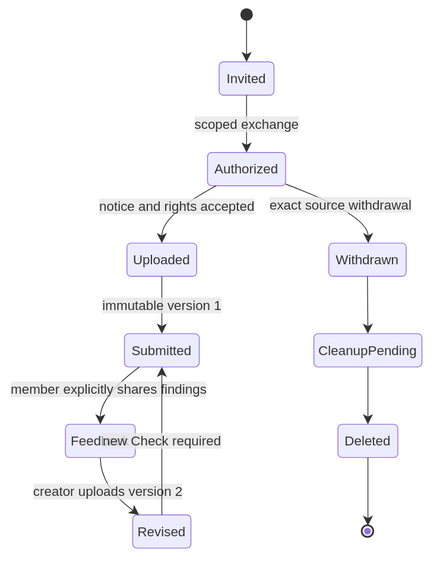
Earlier version of the draw.io export docs/diagrams/05-creator-revision.drawio.svg (Alivestars24/Vouch). Source tidied: cells renumbered, new cells last; positions are measured from the earlier drawing's top-left corner, leaving out a move shared by most shapes. Source of this version:
```xml
<mxGraphModel>
  <root>
    <mxCell id="0" />
    <mxCell id="1" parent="0" />
    <mxCell id="2" style="ellipse;html=1;fillColor=light-dark(#333333,#cccccc);strokeColor=light-dark(#333333,#cccccc);fontColor=light-dark(#333333,#cccccc);fontFamily=Trebuchet MS,Verdana,Arial,sans-serif;fontSize=16;" parent="1" vertex="1">
      <mxGeometry x="211" width="14" height="14" as="geometry" />
    </mxCell>
    <mxCell id="3" value="Invited" style="rounded=1;absoluteArcSize=1;arcSize=10;html=1;whiteSpace=wrap;strokeWidth=1;fillColor=light-dark(#ECECFF,#1f2020);strokeColor=light-dark(#9370DB,#cccccc);fontColor=light-dark(#333333,#cccccc);fontFamily=Trebuchet MS,Verdana,Arial,sans-serif;fontSize=16;" parent="1" vertex="1">
      <mxGeometry x="185" y="64" width="66" height="40" as="geometry" />
    </mxCell>
    <mxCell id="4" value="Authorized" style="rounded=1;absoluteArcSize=1;arcSize=10;html=1;whiteSpace=wrap;strokeWidth=1;fillColor=light-dark(#ECECFF,#1f2020);strokeColor=light-dark(#9370DB,#cccccc);fontColor=light-dark(#333333,#cccccc);fontFamily=Trebuchet MS,Verdana,Arial,sans-serif;fontSize=16;" parent="1" vertex="1">
      <mxGeometry x="171" y="173" width="94" height="40" as="geometry" />
    </mxCell>
    <mxCell id="5" value="Uploaded" style="rounded=1;absoluteArcSize=1;arcSize=10;html=1;whiteSpace=wrap;strokeWidth=1;fillColor=light-dark(#ECECFF,#1f2020);strokeColor=light-dark(#9370DB,#cccccc);fontColor=light-dark(#333333,#cccccc);fontFamily=Trebuchet MS,Verdana,Arial,sans-serif;fontSize=16;" parent="1" vertex="1">
      <mxGeometry x="74" y="282" width="84" height="40" as="geometry" />
    </mxCell>
    <mxCell id="6" value="Submitted" style="rounded=1;absoluteArcSize=1;arcSize=10;html=1;whiteSpace=wrap;strokeWidth=1;fillColor=light-dark(#ECECFF,#1f2020);strokeColor=light-dark(#9370DB,#cccccc);fontColor=light-dark(#333333,#cccccc);fontFamily=Trebuchet MS,Verdana,Arial,sans-serif;fontSize=16;" parent="1" vertex="1">
      <mxGeometry x="71" y="391" width="90" height="40" as="geometry" />
    </mxCell>
    <mxCell id="7" value="Feedback" style="rounded=1;absoluteArcSize=1;arcSize=10;html=1;whiteSpace=wrap;strokeWidth=1;fillColor=light-dark(#ECECFF,#1f2020);strokeColor=light-dark(#9370DB,#cccccc);fontColor=light-dark(#333333,#cccccc);fontFamily=Trebuchet MS,Verdana,Arial,sans-serif;fontSize=16;" parent="1" vertex="1">
      <mxGeometry y="500" width="84" height="40" as="geometry" />
    </mxCell>
    <mxCell id="8" value="Revised" style="rounded=1;absoluteArcSize=1;arcSize=10;html=1;whiteSpace=wrap;strokeWidth=1;fillColor=light-dark(#ECECFF,#1f2020);strokeColor=light-dark(#9370DB,#cccccc);fontColor=light-dark(#333333,#cccccc);fontFamily=Trebuchet MS,Verdana,Arial,sans-serif;fontSize=16;" parent="1" vertex="1">
      <mxGeometry x="81" y="609" width="70" height="40" as="geometry" />
    </mxCell>
    <mxCell id="9" value="Withdrawn" style="rounded=1;absoluteArcSize=1;arcSize=10;html=1;whiteSpace=wrap;strokeWidth=1;fillColor=light-dark(#ECECFF,#1f2020);strokeColor=light-dark(#9370DB,#cccccc);fontColor=light-dark(#333333,#cccccc);fontFamily=Trebuchet MS,Verdana,Arial,sans-serif;fontSize=16;" parent="1" vertex="1">
      <mxGeometry x="317" y="282" width="93" height="40" as="geometry" />
    </mxCell>
    <mxCell id="10" value="CleanupPending" style="rounded=1;absoluteArcSize=1;arcSize=10;html=1;whiteSpace=wrap;strokeWidth=1;fillColor=light-dark(#ECECFF,#1f2020);strokeColor=light-dark(#9370DB,#cccccc);fontColor=light-dark(#333333,#cccccc);fontFamily=Trebuchet MS,Verdana,Arial,sans-serif;fontSize=16;" parent="1" vertex="1">
      <mxGeometry x="299" y="391" width="130" height="40" as="geometry" />
    </mxCell>
    <mxCell id="11" value="Deleted" style="rounded=1;absoluteArcSize=1;arcSize=10;html=1;whiteSpace=wrap;strokeWidth=1;fillColor=light-dark(#ECECFF,#1f2020);strokeColor=light-dark(#9370DB,#cccccc);fontColor=light-dark(#333333,#cccccc);fontFamily=Trebuchet MS,Verdana,Arial,sans-serif;fontSize=16;" parent="1" vertex="1">
      <mxGeometry x="328" y="500" width="72" height="40" as="geometry" />
    </mxCell>
    <mxCell id="12" style="ellipse;html=1;fillColor=light-dark(#ECECFF,#1f2020);strokeColor=light-dark(#333333,#cccccc);strokeWidth=2;centerRadius=4;centerColor=light-dark(#9370DB,#cccccc);fontColor=light-dark(#333333,#cccccc);fontFamily=Trebuchet MS,Verdana,Arial,sans-serif;fontSize=16;" parent="1" vertex="1">
      <mxGeometry x="357" y="622" width="14" height="14" as="geometry" />
    </mxCell>
    <mxCell id="13" style="curved=1;startArrow=none;endArrow=classic;endSize=9;fillColor=none;strokeColor=light-dark(#333333,#cccccc);exitX=0.5;exitY=1;entryX=0.5;entryY=0;" parent="1" edge="1" source="2" target="3">
      <mxGeometry relative="1" as="geometry" />
    </mxCell>
    <mxCell id="14" value="scoped exchange" style="curved=1;startArrow=none;endArrow=classic;endSize=9;fillColor=none;strokeColor=light-dark(#333333,#cccccc);html=1;fontSize=16;labelBackgroundColor=#E8E8E88D;fontFamily=Trebuchet MS,Verdana,Arial,sans-serif;fontColor=light-dark(#333333,#cccccc);exitX=0.5;exitY=1;entryX=0.5;entryY=0;" parent="1" edge="1" source="3" target="4">
      <mxGeometry relative="1" as="geometry" />
    </mxCell>
    <mxCell id="15" value="notice and rights accepted" style="curved=1;startArrow=none;endArrow=classic;endSize=9;fillColor=none;strokeColor=light-dark(#333333,#cccccc);html=1;fontSize=16;labelBackgroundColor=#E8E8E88D;fontFamily=Trebuchet MS,Verdana,Arial,sans-serif;fontColor=light-dark(#333333,#cccccc);exitX=0.11;exitY=1;entryX=0.5;entryY=0;" parent="1" edge="1" source="4" target="5">
      <mxGeometry relative="1" as="geometry">
        <Array as="points">
          <mxPoint x="116" y="248" />
        </Array>
      </mxGeometry>
    </mxCell>
    <mxCell id="16" value="immutable version 1" style="curved=1;startArrow=none;endArrow=classic;endSize=9;fillColor=none;strokeColor=light-dark(#333333,#cccccc);html=1;fontSize=16;labelBackgroundColor=#E8E8E88D;fontFamily=Trebuchet MS,Verdana,Arial,sans-serif;fontColor=light-dark(#333333,#cccccc);exitX=0.5;exitY=1;entryX=0.5;entryY=0;" parent="1" edge="1" source="5" target="6">
      <mxGeometry relative="1" as="geometry" />
    </mxCell>
    <mxCell id="17" value="member explicitly shares findings" style="curved=1;startArrow=none;endArrow=classic;endSize=9;fillColor=none;strokeColor=light-dark(#333333,#cccccc);html=1;fontSize=16;labelBackgroundColor=#E8E8E88D;fontFamily=Trebuchet MS,Verdana,Arial,sans-serif;fontColor=light-dark(#333333,#cccccc);exitX=0.2;exitY=1;entryX=0.5;entryY=0;" parent="1" edge="1" source="6" target="7">
      <mxGeometry relative="1" as="geometry">
        <Array as="points">
          <mxPoint x="42" y="466" />
        </Array>
      </mxGeometry>
    </mxCell>
    <mxCell id="18" value="creator uploads version 2" style="curved=1;startArrow=none;endArrow=classic;endSize=9;fillColor=none;strokeColor=light-dark(#333333,#cccccc);html=1;fontSize=16;labelBackgroundColor=#E8E8E88D;fontFamily=Trebuchet MS,Verdana,Arial,sans-serif;fontColor=light-dark(#333333,#cccccc);exitX=0.5;exitY=1;entryX=0.11;entryY=0;" parent="1" edge="1" source="7" target="8">
      <mxGeometry relative="1" as="geometry">
        <Array as="points">
          <mxPoint x="42" y="575" />
        </Array>
      </mxGeometry>
    </mxCell>
    <mxCell id="19" value="new Check required" style="curved=1;startArrow=none;endArrow=classic;endSize=9;fillColor=none;strokeColor=light-dark(#333333,#cccccc);html=1;fontSize=16;labelBackgroundColor=#E8E8E88D;fontFamily=Trebuchet MS,Verdana,Arial,sans-serif;fontColor=light-dark(#333333,#cccccc);exitX=0.5;exitY=0;entryX=0.5;entryY=1;" parent="1" edge="1" source="8" target="6">
      <mxGeometry relative="1" as="geometry" />
    </mxCell>
    <mxCell id="20" value="exact source withdrawal" style="curved=1;startArrow=none;endArrow=classic;endSize=9;fillColor=none;strokeColor=light-dark(#333333,#cccccc);html=1;fontSize=16;labelBackgroundColor=#E8E8E88D;fontFamily=Trebuchet MS,Verdana,Arial,sans-serif;fontColor=light-dark(#333333,#cccccc);exitX=1;exitY=0.95;entryX=0.51;entryY=0;" parent="1" edge="1" source="4" target="9">
      <mxGeometry relative="1" as="geometry">
        <Array as="points">
          <mxPoint x="364" y="248" />
        </Array>
      </mxGeometry>
    </mxCell>
    <mxCell id="21" style="curved=1;startArrow=none;endArrow=classic;endSize=9;fillColor=none;strokeColor=light-dark(#333333,#cccccc);exitX=0.5;exitY=1;entryX=0.5;entryY=0;" parent="1" edge="1" source="9" target="10">
      <mxGeometry relative="1" as="geometry" />
    </mxCell>
    <mxCell id="22" style="curved=1;startArrow=none;endArrow=classic;endSize=9;fillColor=none;strokeColor=light-dark(#333333,#cccccc);exitX=0.5;exitY=1;entryX=0.5;entryY=0;" parent="1" edge="1" source="10" target="11">
      <mxGeometry relative="1" as="geometry" />
    </mxCell>
    <mxCell id="23" style="curved=1;startArrow=none;endArrow=classic;endSize=9;fillColor=none;strokeColor=light-dark(#333333,#cccccc);exitX=0.5;exitY=1;entryX=0.5;entryY=0;" parent="1" edge="1" source="11" target="12">
      <mxGeometry relative="1" as="geometry" />
    </mxCell>
  </root>
</mxGraphModel>
```
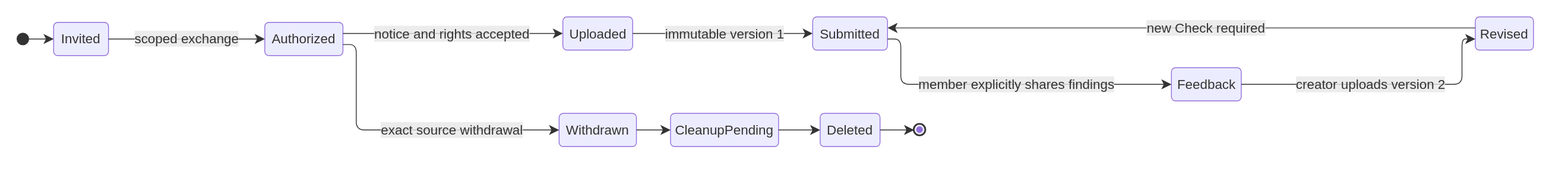
The same diagram one commit later.

Change to the diagram source:
```diff
@@ -3,86 +3,124 @@
     <mxCell id="0" />
     <mxCell id="1" parent="0" />
     <mxCell id="2" style="ellipse;html=1;fillColor=light-dark(#333333,#cccccc);strokeColor=light-dark(#333333,#cccccc);fontColor=light-dark(#333333,#cccccc);fontFamily=Trebuchet MS,Verdana,Arial,sans-serif;fontSize=16;" parent="1" vertex="1">
-      <mxGeometry x="211" width="14" height="14" as="geometry" />
+      <mxGeometry x="-19" y="28.3" width="14" height="14" as="geometry" />
     </mxCell>
     <mxCell id="3" value="Invited" style="rounded=1;absoluteArcSize=1;arcSize=10;html=1;whiteSpace=wrap;strokeWidth=1;fillColor=light-dark(#ECECFF,#1f2020);strokeColor=light-dark(#9370DB,#cccccc);fontColor=light-dark(#333333,#cccccc);fontFamily=Trebuchet MS,Verdana,Arial,sans-serif;fontSize=16;" parent="1" vertex="1">
-      <mxGeometry x="185" y="64" width="66" height="40" as="geometry" />
+      <mxGeometry x="25" y="15.3" width="66" height="40" as="geometry" />
     </mxCell>
     <mxCell id="4" value="Authorized" style="rounded=1;absoluteArcSize=1;arcSize=10;html=1;whiteSpace=wrap;strokeWidth=1;fillColor=light-dark(#ECECFF,#1f2020);strokeColor=light-dark(#9370DB,#cccccc);fontColor=light-dark(#333333,#cccccc);fontFamily=Trebuchet MS,Verdana,Arial,sans-serif;fontSize=16;" parent="1" vertex="1">
-      <mxGeometry x="171" y="173" width="94" height="40" as="geometry" />
+      <mxGeometry x="279" y="15.3" width="94" height="40" as="geometry" />
     </mxCell>
     <mxCell id="5" value="Uploaded" style="rounded=1;absoluteArcSize=1;arcSize=10;html=1;whiteSpace=wrap;strokeWidth=1;fillColor=light-dark(#ECECFF,#1f2020);strokeColor=light-dark(#9370DB,#cccccc);fontColor=light-dark(#333333,#cccccc);fontFamily=Trebuchet MS,Verdana,Arial,sans-serif;fontSize=16;" parent="1" vertex="1">
-      <mxGeometry x="74" y="282" width="84" height="40" as="geometry" />
+      <mxGeometry x="637.5" y="8.7" width="84" height="40" as="geometry" />
     </mxCell>
     <mxCell id="6" value="Submitted" style="rounded=1;absoluteArcSize=1;arcSize=10;html=1;whiteSpace=wrap;strokeWidth=1;fillColor=light-dark(#ECECFF,#1f2020);strokeColor=light-dark(#9370DB,#cccccc);fontColor=light-dark(#333333,#cccccc);fontFamily=Trebuchet MS,Verdana,Arial,sans-serif;fontSize=16;" parent="1" vertex="1">
-      <mxGeometry x="71" y="391" width="90" height="40" as="geometry" />
+      <mxGeometry x="938" y="8.7" width="90" height="40" as="geometry" />
     </mxCell>
     <mxCell id="7" value="Feedback" style="rounded=1;absoluteArcSize=1;arcSize=10;html=1;whiteSpace=wrap;strokeWidth=1;fillColor=light-dark(#ECECFF,#1f2020);strokeColor=light-dark(#9370DB,#cccccc);fontColor=light-dark(#333333,#cccccc);fontFamily=Trebuchet MS,Verdana,Arial,sans-serif;fontSize=16;" parent="1" vertex="1">
-      <mxGeometry y="500" width="84" height="40" as="geometry" />
+      <mxGeometry x="1369.5" y="70" width="84" height="40" as="geometry" />
     </mxCell>
     <mxCell id="8" value="Revised" style="rounded=1;absoluteArcSize=1;arcSize=10;html=1;whiteSpace=wrap;strokeWidth=1;fillColor=light-dark(#ECECFF,#1f2020);strokeColor=light-dark(#9370DB,#cccccc);fontColor=light-dark(#333333,#cccccc);fontFamily=Trebuchet MS,Verdana,Arial,sans-serif;fontSize=16;" parent="1" vertex="1">
-      <mxGeometry x="81" y="609" width="70" height="40" as="geometry" />
+      <mxGeometry x="1735" y="8.7" width="70" height="40" as="geometry" />
     </mxCell>
     <mxCell id="9" value="Withdrawn" style="rounded=1;absoluteArcSize=1;arcSize=10;html=1;whiteSpace=wrap;strokeWidth=1;fillColor=light-dark(#ECECFF,#1f2020);strokeColor=light-dark(#9370DB,#cccccc);fontColor=light-dark(#333333,#cccccc);fontFamily=Trebuchet MS,Verdana,Arial,sans-serif;fontSize=16;" parent="1" vertex="1">
-      <mxGeometry x="317" y="282" width="93" height="40" as="geometry" />
+      <mxGeometry x="633" y="125" width="93" height="40" as="geometry" />
     </mxCell>
     <mxCell id="10" value="CleanupPending" style="rounded=1;absoluteArcSize=1;arcSize=10;html=1;whiteSpace=wrap;strokeWidth=1;fillColor=light-dark(#ECECFF,#1f2020);strokeColor=light-dark(#9370DB,#cccccc);fontColor=light-dark(#333333,#cccccc);fontFamily=Trebuchet MS,Verdana,Arial,sans-serif;fontSize=16;" parent="1" vertex="1">
-      <mxGeometry x="299" y="391" width="130" height="40" as="geometry" />
+      <mxGeometry x="767" y="125" width="130" height="40" as="geometry" />
     </mxCell>
     <mxCell id="11" value="Deleted" style="rounded=1;absoluteArcSize=1;arcSize=10;html=1;whiteSpace=wrap;strokeWidth=1;fillColor=light-dark(#ECECFF,#1f2020);strokeColor=light-dark(#9370DB,#cccccc);fontColor=light-dark(#333333,#cccccc);fontFamily=Trebuchet MS,Verdana,Arial,sans-serif;fontSize=16;" parent="1" vertex="1">
-      <mxGeometry x="328" y="500" width="72" height="40" as="geometry" />
+      <mxGeometry x="947" y="125" width="72" height="40" as="geometry" />
     </mxCell>
     <mxCell id="12" style="ellipse;html=1;fillColor=light-dark(#ECECFF,#1f2020);strokeColor=light-dark(#333333,#cccccc);strokeWidth=2;centerRadius=4;centerColor=light-dark(#9370DB,#cccccc);fontColor=light-dark(#333333,#cccccc);fontFamily=Trebuchet MS,Verdana,Arial,sans-serif;fontSize=16;" parent="1" vertex="1">
-      <mxGeometry x="357" y="622" width="14" height="14" as="geometry" />
+      <mxGeometry x="1060" y="138" width="14" height="14" as="geometry" />
     </mxCell>
-    <mxCell id="13" style="curved=1;startArrow=none;endArrow=classic;endSize=9;fillColor=none;strokeColor=light-dark(#333333,#cccccc);exitX=0.5;exitY=1;entryX=0.5;entryY=0;" parent="1" edge="1" source="2" target="3">
-      <mxGeometry relative="1" as="geometry" />
+    <mxCell id="13" style="curved=0;startArrow=none;endArrow=classic;endSize=9;fillColor=none;strokeColor=light-dark(#333333,#cccccc);edgeStyle=orthogonalEdgeStyle;rounded=1;exitX=1;exitY=0.5;entryX=0;entryY=0.5;" parent="1" edge="1" source="2" target="3">
+      <mxGeometry relative="1" as="geometry">
+        <Array as="points">
+          <mxPoint x="10" y="35.3" />
+        </Array>
+      </mxGeometry>
     </mxCell>
-    <mxCell id="14" value="scoped exchange" style="curved=1;startArrow=none;endArrow=classic;endSize=9;fillColor=none;strokeColor=light-dark(#333333,#cccccc);html=1;fontSize=16;labelBackgroundColor=#E8E8E88D;fontFamily=Trebuchet MS,Verdana,Arial,sans-serif;fontColor=light-dark(#333333,#cccccc);exitX=0.5;exitY=1;entryX=0.5;entryY=0;" parent="1" edge="1" source="3" target="4">
-      <mxGeometry relative="1" as="geometry" />
+    <mxCell id="14" value="scoped exchange" style="curved=0;startArrow=none;endArrow=classic;endSize=9;fillColor=none;strokeColor=light-dark(#333333,#cccccc);html=1;fontSize=16;labelBackgroundColor=#E8E8E88D;fontFamily=Trebuchet MS,Verdana,Arial,sans-serif;fontColor=light-dark(#333333,#cccccc);edgeStyle=orthogonalEdgeStyle;rounded=1;exitX=1;exitY=0.5;entryX=0;entryY=0.5;" parent="1" edge="1" source="3" target="4">
+      <mxGeometry relative="1" as="geometry">
+        <Array as="points">
+          <mxPoint x="185" y="35.3" />
+        </Array>
+      </mxGeometry>
     </mxCell>
-    <mxCell id="15" value="notice and rights accepted" style="curved=1;startArrow=none;endArrow=classic;endSize=9;fillColor=none;strokeColor=light-dark(#333333,#cccccc);html=1;fontSize=16;labelBackgroundColor=#E8E8E88D;fontFamily=Trebuchet MS,Verdana,Arial,sans-serif;fontColor=light-dark(#333333,#cccccc);exitX=0.11;exitY=1;entryX=0.5;entryY=0;" parent="1" edge="1" source="4" target="5">
+    <mxCell id="15" value="notice and rights accepted" style="curved=0;startArrow=none;endArrow=classic;endSize=9;fillColor=none;strokeColor=light-dark(#333333,#cccccc);html=1;fontSize=16;labelBackgroundColor=#E8E8E88D;fontFamily=Trebuchet MS,Verdana,Arial,sans-serif;fontColor=light-dark(#333333,#cccccc);edgeStyle=orthogonalEdgeStyle;rounded=1;exitX=1;exitY=0.3335;entryX=0;entryY=0.5;" parent="1" edge="1" source="4" target="5">
       <mxGeometry relative="1" as="geometry">
         <Array as="points">
-          <mxPoint x="116" y="248" />
+          <mxPoint x="505.2" y="28.7" />
         </Array>
+        <mxPoint x="-1.2" as="offset" />
       </mxGeometry>
     </mxCell>
-    <mxCell id="16" value="immutable version 1" style="curved=1;startArrow=none;endArrow=classic;endSize=9;fillColor=none;strokeColor=light-dark(#333333,#cccccc);html=1;fontSize=16;labelBackgroundColor=#E8E8E88D;fontFamily=Trebuchet MS,Verdana,Arial,sans-serif;fontColor=light-dark(#333333,#cccccc);exitX=0.5;exitY=1;entryX=0.5;entryY=0;" parent="1" edge="1" source="5" target="6">
-      <mxGeometry relative="1" as="geometry" />
+    <mxCell id="16" value="immutable version 1" style="curved=0;startArrow=none;endArrow=classic;endSize=9;fillColor=none;strokeColor=light-dark(#333333,#cccccc);html=1;fontSize=16;labelBackgroundColor=#E8E8E88D;fontFamily=Trebuchet MS,Verdana,Arial,sans-serif;fontColor=light-dark(#333333,#cccccc);edgeStyle=orthogonalEdgeStyle;rounded=1;exitX=1;exitY=0.5;entryX=0;entryY=0.5;" parent="1" edge="1" source="5" target="6">
+      <mxGeometry relative="1" as="geometry">
+        <Array as="points">
+          <mxPoint x="829.8" y="28.7" />
+        </Array>
+        <mxPoint x="2.2" as="offset" />
+      </mxGeometry>
     </mxCell>
-    <mxCell id="17" value="member explicitly shares findings" style="curved=1;startArrow=none;endArrow=classic;endSize=9;fillColor=none;strokeColor=light-dark(#333333,#cccccc);html=1;fontSize=16;labelBackgroundColor=#E8E8E88D;fontFamily=Trebuchet MS,Verdana,Arial,sans-serif;fontColor=light-dark(#333333,#cccccc);exitX=0.2;exitY=1;entryX=0.5;entryY=0;" parent="1" edge="1" source="6" target="7">
+    <mxCell id="17" value="member explicitly shares findings" style="curved=0;startArrow=none;endArrow=classic;endSize=9;fillColor=none;strokeColor=light-dark(#333333,#cccccc);html=1;fontSize=16;labelBackgroundColor=#E8E8E88D;fontFamily=Trebuchet MS,Verdana,Arial,sans-serif;fontColor=light-dark(#333333,#cccccc);edgeStyle=orthogonalEdgeStyle;rounded=1;exitX=1;exitY=0.6665;entryX=0;entryY=0.5;" parent="1" edge="1" source="6" target="7">
       <mxGeometry relative="1" as="geometry">
         <Array as="points">
-          <mxPoint x="42" y="466" />
+          <mxPoint x="1044" y="35.3" />
+          <mxPoint x="1044" y="90" />
         </Array>
+        <mxPoint x="12.1" as="offset" />
       </mxGeometry>
     </mxCell>
-    <mxCell id="18" value="creator uploads version 2" style="curved=1;startArrow=none;endArrow=classic;endSize=9;fillColor=none;strokeColor=light-dark(#333333,#cccccc);html=1;fontSize=16;labelBackgroundColor=#E8E8E88D;fontFamily=Trebuchet MS,Verdana,Arial,sans-serif;fontColor=light-dark(#333333,#cccccc);exitX=0.5;exitY=1;entryX=0.11;entryY=0;" parent="1" edge="1" source="7" target="8">
+    <mxCell id="18" value="creator uploads version 2" style="curved=0;startArrow=none;endArrow=classic;endSize=9;fillColor=none;strokeColor=light-dark(#333333,#cccccc);html=1;fontSize=16;labelBackgroundColor=#E8E8E88D;fontFamily=Trebuchet MS,Verdana,Arial,sans-serif;fontColor=light-dark(#333333,#cccccc);edgeStyle=orthogonalEdgeStyle;rounded=1;exitX=1;exitY=0.5;entryX=0;entryY=0.6665;" parent="1" edge="1" source="7" target="8">
       <mxGeometry relative="1" as="geometry">
         <Array as="points">
-          <mxPoint x="42" y="575" />
+          <mxPoint x="1719" y="90" />
+          <mxPoint x="1719" y="35.3" />
         </Array>
+        <mxPoint x="-12.1" as="offset" />
       </mxGeometry>
     </mxCell>
-    <mxCell id="19" value="new Check required" style="curved=1;startArrow=none;endArrow=classic;endSize=9;fillColor=none;strokeColor=light-dark(#333333,#cccccc);html=1;fontSize=16;labelBackgroundColor=#E8E8E88D;fontFamily=Trebuchet MS,Verdana,Arial,sans-serif;fontColor=light-dark(#333333,#cccccc);exitX=0.5;exitY=0;entryX=0.5;entryY=1;" parent="1" edge="1" source="8" target="6">
-      <mxGeometry relative="1" as="geometry" />
+    <mxCell id="19" value="new Check required" style="curved=0;startArrow=none;endArrow=classic;endSize=9;fillColor=none;strokeColor=light-dark(#333333,#cccccc);html=1;fontSize=16;labelBackgroundColor=#E8E8E88D;fontFamily=Trebuchet MS,Verdana,Arial,sans-serif;fontColor=light-dark(#333333,#cccccc);edgeStyle=orthogonalEdgeStyle;rounded=1;exitX=0;exitY=0.3332;entryX=1;entryY=0.3332;" parent="1" edge="1" source="8" target="6">
+      <mxGeometry relative="1" as="geometry">
+        <Array as="points">
+          <mxPoint x="1609.5" y="22" />
+          <mxPoint x="1183.5" y="22" />
+        </Array>
+        <mxPoint x="30" as="offset" />
+      </mxGeometry>
     </mxCell>
-    <mxCell id="20" value="exact source withdrawal" style="curved=1;startArrow=none;endArrow=classic;endSize=9;fillColor=none;strokeColor=light-dark(#333333,#cccccc);html=1;fontSize=16;labelBackgroundColor=#E8E8E88D;fontFamily=Trebuchet MS,Verdana,Arial,sans-serif;fontColor=light-dark(#333333,#cccccc);exitX=1;exitY=0.95;entryX=0.51;entryY=0;" parent="1" edge="1" source="4" target="9">
+    <mxCell id="20" value="exact source withdrawal" style="curved=0;startArrow=none;endArrow=classic;endSize=9;fillColor=none;strokeColor=light-dark(#333333,#cccccc);html=1;fontSize=16;labelBackgroundColor=#E8E8E88D;fontFamily=Trebuchet MS,Verdana,Arial,sans-serif;fontColor=light-dark(#333333,#cccccc);edgeStyle=orthogonalEdgeStyle;rounded=1;exitX=1;exitY=0.6668;entryX=0;entryY=0.5;" parent="1" edge="1" source="4" target="9">
       <mxGeometry relative="1" as="geometry">
         <Array as="points">
-          <mxPoint x="364" y="248" />
+          <mxPoint x="389" y="42" />
+          <mxPoint x="389" y="145" />
         </Array>
+        <mxPoint x="52.5" as="offset" />
       </mxGeometry>
     </mxCell>
-    <mxCell id="21" style="curved=1;startArrow=none;endArrow=classic;endSize=9;fillColor=none;strokeColor=light-dark(#333333,#cccccc);exitX=0.5;exitY=1;entryX=0.5;entryY=0;" parent="1" edge="1" source="9" target="10">
-      <mxGeometry relative="1" as="geometry" />
+    <mxCell id="21" style="curved=0;startArrow=none;endArrow=classic;endSize=9;fillColor=none;strokeColor=light-dark(#333333,#cccccc);edgeStyle=orthogonalEdgeStyle;rounded=1;exitX=1;exitY=0.5;entryX=0;entryY=0.5;" parent="1" edge="1" source="9" target="10">
+      <mxGeometry relative="1" as="geometry">
+        <Array as="points">
+          <mxPoint x="746.5" y="145" />
+        </Array>
+      </mxGeometry>
     </mxCell>
-    <mxCell id="22" style="curved=1;startArrow=none;endArrow=classic;endSize=9;fillColor=none;strokeColor=light-dark(#333333,#cccccc);exitX=0.5;exitY=1;entryX=0.5;entryY=0;" parent="1" edge="1" source="10" target="11">
-      <mxGeometry relative="1" as="geometry" />
+    <mxCell id="22" style="curved=0;startArrow=none;endArrow=classic;endSize=9;fillColor=none;strokeColor=light-dark(#333333,#cccccc);edgeStyle=orthogonalEdgeStyle;rounded=1;exitX=1;exitY=0.5;entryX=0;entryY=0.5;" parent="1" edge="1" source="10" target="11">
+      <mxGeometry relative="1" as="geometry">
+        <Array as="points">
+          <mxPoint x="922" y="145" />
+        </Array>
+      </mxGeometry>
     </mxCell>
-    <mxCell id="23" style="curved=1;startArrow=none;endArrow=classic;endSize=9;fillColor=none;strokeColor=light-dark(#333333,#cccccc);exitX=0.5;exitY=1;entryX=0.5;entryY=0;" parent="1" edge="1" source="11" target="12">
-      <mxGeometry relative="1" as="geometry" />
+    <mxCell id="23" style="curved=0;startArrow=none;endArrow=classic;endSize=9;fillColor=none;strokeColor=light-dark(#333333,#cccccc);edgeStyle=orthogonalEdgeStyle;rounded=1;exitX=1;exitY=0.5;entryX=0;entryY=0.5;" parent="1" edge="1" source="11" target="12">
+      <mxGeometry relative="1" as="geometry">
+        <Array as="points">
+          <mxPoint x="1039.5" y="145" />
+        </Array>
+      </mxGeometry>
     </mxCell>
   </root>
 </mxGraphModel>
```
